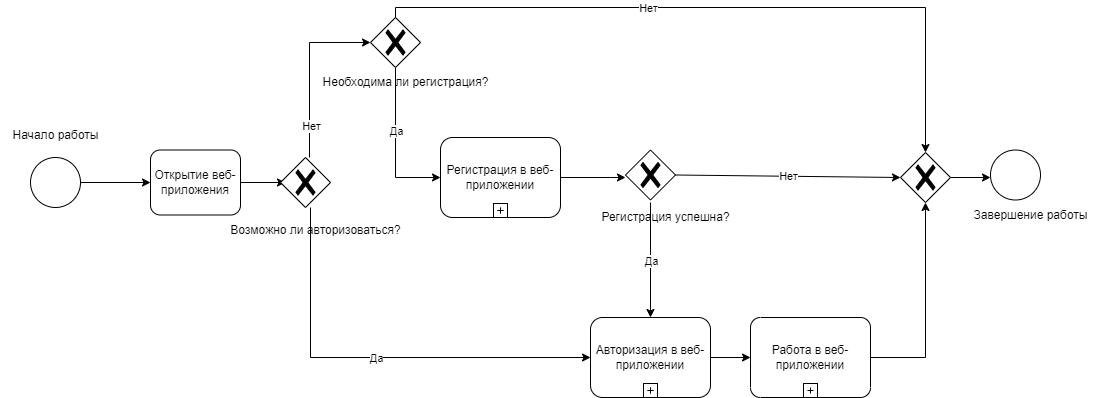
The draw.io diagram images/Enter.png in DibrovDru/Architecture.1, before a commit. Source tidied: cells renumbered, new cells last; positions are measured from the earlier drawing's top-left corner, leaving out a move shared by most shapes.
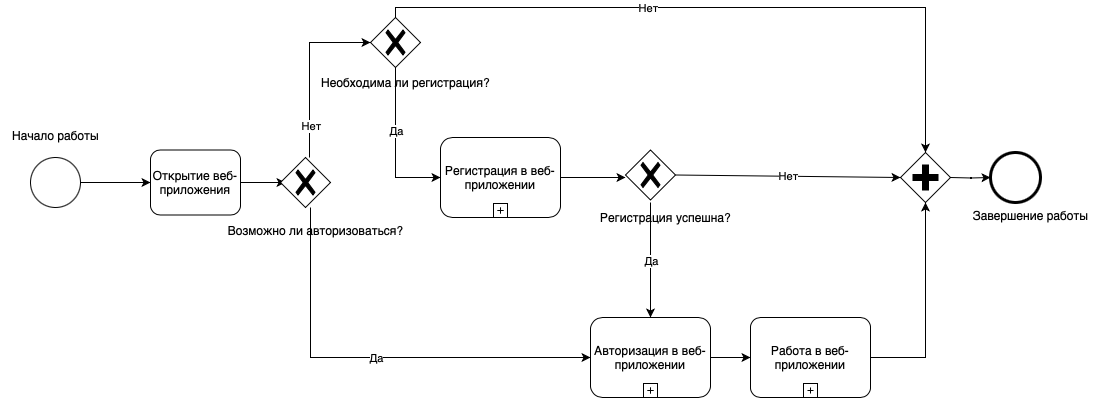
Later version of the same file.

Change to the diagram source:
```diff
@@ -80,9 +80,10 @@
         <mxPoint y="-15" as="offset" />
       </mxGeometry>
     </mxCell>
-    <mxCell id="20" style="endArrow=classic;html=1;rounded=0;exitX=0.5;exitY=0;exitDx=0;exitDy=0;exitPerimeter=0;entryX=0.5;entryY=0;entryDx=0;entryDy=0;entryPerimeter=0;" parent="1" edge="1" target="34">
+    <mxCell id="20" style="endArrow=classic;html=1;rounded=0;exitX=0.5;exitY=0;exitDx=0;exitDy=0;exitPerimeter=0;entryX=0.5;entryY=0;entryDx=0;entryDy=0;entryPerimeter=0;" parent="1" edge="1">
       <mxGeometry relative="1" as="geometry">
         <mxPoint x="395" y="15" as="sourcePoint" />
+        <mxPoint x="925" y="145" as="targetPoint" />
         <Array as="points">
           <mxPoint x="395" />
           <mxPoint x="925" />
@@ -110,14 +111,12 @@
     <mxCell id="24" value="Да" style="edgeLabel;html=1;align=center;verticalAlign=middle;" parent="23" vertex="1">
       <mxGeometry relative="1" as="geometry" />
     </mxCell>
-    <mxCell id="25" style="shape=mxgraph.bpmn.event;html=1;verticalLabelPosition=bottom;labelBackgroundColor=#ffffff;verticalAlign=top;align=center;perimeter=ellipsePerimeter;outline=standard;symbol=general;" parent="1" vertex="1">
-      <mxGeometry x="990" y="142.5" width="50" height="50" as="geometry" />
-    </mxCell>
     <mxCell id="26" value="Регистрация успешна?" style="text;html=1;align=center;verticalAlign=middle;strokeColor=none;fillColor=none;" parent="1" vertex="1">
       <mxGeometry x="590" y="195" width="150" height="30" as="geometry" />
     </mxCell>
-    <mxCell id="27" style="endArrow=classic;html=1;rounded=0;exitX=1;exitY=0.5;exitDx=0;exitDy=0;exitPerimeter=0;entryX=0.5;entryY=1;entryDx=0;entryDy=0;entryPerimeter=0;" parent="1" edge="1" source="14" target="34">
+    <mxCell id="27" style="endArrow=classic;html=1;rounded=0;exitX=1;exitY=0.5;exitDx=0;exitDy=0;exitPerimeter=0;entryX=0.5;entryY=1;entryDx=0;entryDy=0;entryPerimeter=0;" parent="1" edge="1" source="14">
       <mxGeometry relative="1" as="geometry">
+        <mxPoint x="925" y="195" as="targetPoint" />
         <Array as="points">
           <mxPoint x="925" y="350" />
         </Array>
@@ -138,19 +137,25 @@
     <mxCell id="32" style="points=[[0.25,0.25,0],[0.5,0,0],[0.75,0.25,0],[1,0.5,0],[0.75,0.75,0],[0.5,1,0],[0.25,0.75,0],[0,0.5,0]];shape=mxgraph.bpmn.gateway2;html=1;verticalLabelPosition=bottom;labelBackgroundColor=#ffffff;verticalAlign=top;align=center;perimeter=rhombusPerimeter;outlineConnect=0;outline=none;symbol=none;gwType=exclusive;" parent="1" vertex="1">
       <mxGeometry x="625" y="142.5" width="50" height="50" as="geometry" />
     </mxCell>
-    <mxCell id="33" style="edgeStyle=orthogonalEdgeStyle;rounded=0;jettySize=auto;html=1;exitX=1;exitY=0.5;exitDx=0;exitDy=0;exitPerimeter=0;" parent="1" edge="1" source="34">
+    <mxCell id="33" style="edgeStyle=orthogonalEdgeStyle;rounded=0;orthogonalLoop=1;jettySize=auto;html=1;exitX=1;exitY=0.5;exitDx=0;exitDy=0;exitPerimeter=0;" parent="1" edge="1">
       <mxGeometry relative="1" as="geometry">
+        <mxPoint x="950" y="170" as="sourcePoint" />
         <mxPoint x="990" y="170" as="targetPoint" />
       </mxGeometry>
     </mxCell>
-    <mxCell id="34" style="points=[[0.25,0.25,0],[0.5,0,0],[0.75,0.25,0],[1,0.5,0],[0.75,0.75,0],[0.5,1,0],[0.25,0.75,0],[0,0.5,0]];shape=mxgraph.bpmn.gateway2;html=1;verticalLabelPosition=bottom;labelBackgroundColor=#ffffff;verticalAlign=top;align=center;perimeter=rhombusPerimeter;outlineConnect=0;outline=none;symbol=none;gwType=exclusive;" parent="1" vertex="1">
-      <mxGeometry x="900" y="145" width="50" height="50" as="geometry" />
-    </mxCell>
-    <mxCell id="35" style="endArrow=classic;html=1;rounded=0;entryX=0;entryY=0.5;entryDx=0;entryDy=0;entryPerimeter=0;exitX=1;exitY=0.5;exitDx=0;exitDy=0;exitPerimeter=0;" parent="1" edge="1" source="32" target="34">
-      <mxGeometry relative="1" as="geometry" />
+    <mxCell id="35" style="endArrow=classic;html=1;rounded=0;entryX=0;entryY=0.5;entryDx=0;entryDy=0;entryPerimeter=0;exitX=1;exitY=0.5;exitDx=0;exitDy=0;exitPerimeter=0;" parent="1" edge="1" source="32">
+      <mxGeometry relative="1" as="geometry">
+        <mxPoint x="900" y="170" as="targetPoint" />
+      </mxGeometry>
     </mxCell>
     <mxCell id="36" value="Нет" style="edgeLabel;html=1;align=center;verticalAlign=middle;" parent="35" vertex="1">
       <mxGeometry relative="1" as="geometry" />
     </mxCell>
+    <mxCell id="37" style="shape=mxgraph.bpmn.gateway2;html=1;verticalLabelPosition=bottom;labelBackgroundColor=#ffffff;verticalAlign=top;align=center;perimeter=rhombusPerimeter;outline=none;symbol=none;gwType=parallel;" parent="1" vertex="1">
+      <mxGeometry x="900" y="145" width="50" height="50" as="geometry" />
+    </mxCell>
+    <mxCell id="38" style="shape=mxgraph.bpmn.event;html=1;verticalLabelPosition=bottom;labelBackgroundColor=#ffffff;verticalAlign=top;align=center;perimeter=ellipsePerimeter;outline=end;symbol=terminate2;" parent="1" vertex="1">
+      <mxGeometry x="990" y="145" width="50" height="50" as="geometry" />
+    </mxCell>
   </root>
 </mxGraphModel>
```
